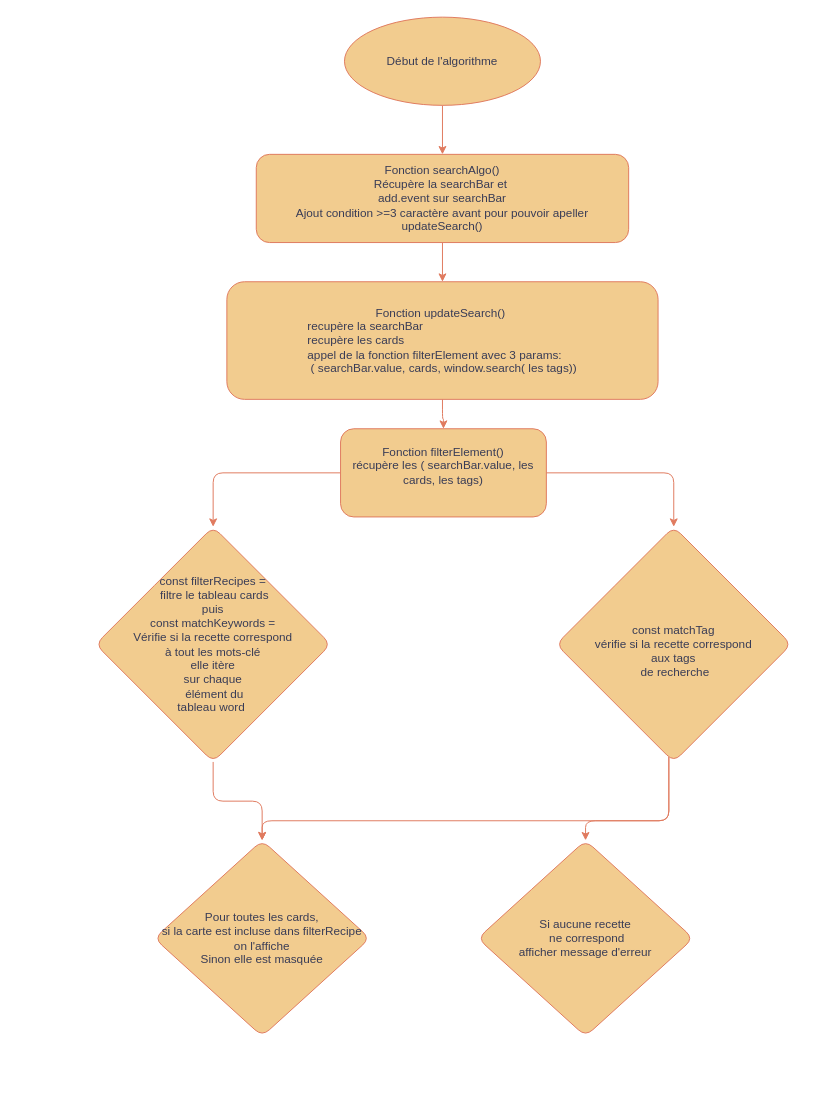
The draw.io diagram Algo de recherche n°2.drawio in abaddon101/Projet---Les-Petits-Plats, before the edit. Source tidied: cells renumbered, new cells numbered last; positions are measured from the earlier drawing's top-left corner, leaving out a move shared by most shapes. Both pictures are drawn from the tidied source at 98%, with x=0, y=0 at pixel (95, 17).
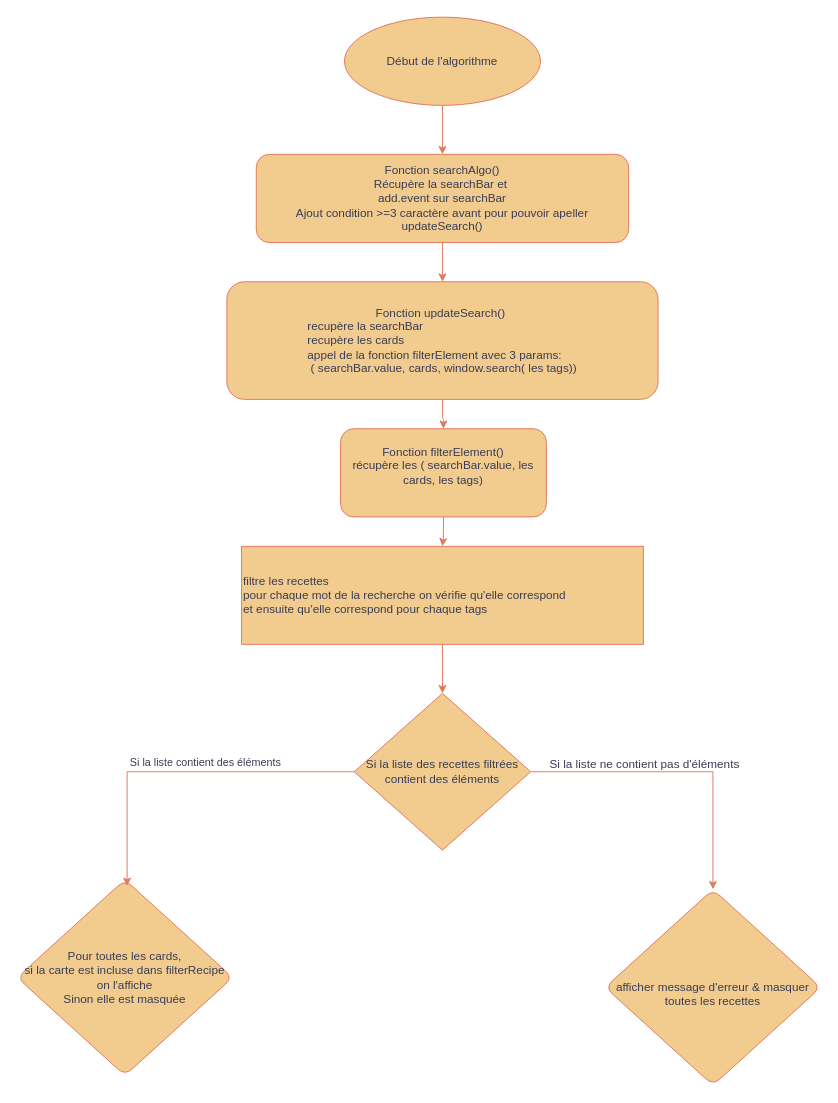
The same diagram, later.

Commit message:
Mettre à jour Algo de recherche n°2.drawio

Unchanged cells that the change refers to:
```xml
<mxCell id="10" value="Fonction filterElement()&lt;br&gt;récupère les ( searchBar.value,&amp;nbsp;les cards,&amp;nbsp;les tags)&lt;br&gt;&lt;br&gt;" style="rounded=1;whiteSpace=wrap;html=1;labelBackgroundColor=none;fillColor=#F2CC8F;strokeColor=#E07A5F;fontColor=#393C56;" parent="1" vertex="1">
  <mxGeometry x="250" y="420" width="210" height="90" as="geometry" />
</mxCell>
```

Diff of the diagram source:
```diff
@@
-    <mxCell id="8" style="edgeStyle=orthogonalEdgeStyle;rounded=1;jettySize=auto;html=1;entryX=0.5;entryY=0;entryDx=0;entryDy=0;strokeColor=#E07A5F;fontColor=default;fillColor=#F2CC8F;labelBackgroundColor=none;" parent="1" edge="1" source="10" target="12">
-      <mxGeometry relative="1" as="geometry" />
+    <mxCell id="8" style="edgeStyle=orthogonalEdgeStyle;rounded=1;jettySize=auto;html=1;entryX=0.5;entryY=0;entryDx=0;entryDy=0;strokeColor=#E07A5F;fontColor=default;fillColor=#F2CC8F;labelBackgroundColor=none;" parent="1" edge="1" source="10">
+      <mxGeometry relative="1" as="geometry">
+        <mxPoint x="354" y="540" as="targetPoint" />
+      </mxGeometry>
     </mxCell>
-    <mxCell id="9" style="edgeStyle=orthogonalEdgeStyle;rounded=1;jettySize=auto;html=1;entryX=0.5;entryY=0;entryDx=0;entryDy=0;strokeColor=#E07A5F;fontColor=default;fillColor=#F2CC8F;labelBackgroundColor=none;" parent="1" edge="1" source="10" target="15">
-      <mxGeometry relative="1" as="geometry" />
-    </mxCell>
@@
-    <mxCell id="11" style="edgeStyle=orthogonalEdgeStyle;rounded=1;jettySize=auto;html=1;entryX=0.5;entryY=0;entryDx=0;entryDy=0;strokeColor=#E07A5F;fontColor=default;fillColor=#F2CC8F;labelBackgroundColor=none;" parent="1" edge="1" source="12" target="16">
-      <mxGeometry relative="1" as="geometry" />
-    </mxCell>
-    <mxCell id="12" value="const filterRecipes =&lt;br&gt;&amp;nbsp;filtre le tableau cards &lt;br&gt;puis&lt;br style=&quot;border-color: var(--border-color);&quot;&gt;const matchKeywords = &lt;br&gt;Vérifie si la recette correspond&lt;br&gt;&amp;nbsp;à tout les mots-clé&amp;nbsp;&lt;br style=&quot;border-color: var(--border-color);&quot;&gt;elle itère &lt;br&gt;sur chaque&lt;br&gt;&amp;nbsp;élément du &lt;br&gt;tableau word&amp;nbsp;" style="rhombus;whiteSpace=wrap;html=1;fillColor=#F2CC8F;strokeColor=#E07A5F;fontColor=#393C56;rounded=1;labelBackgroundColor=none;" parent="1" vertex="1">
-      <mxGeometry y="520" width="240" height="240" as="geometry" />
-    </mxCell>
-    <mxCell id="13" style="edgeStyle=orthogonalEdgeStyle;rounded=1;jettySize=auto;html=1;strokeColor=#E07A5F;fontColor=default;fillColor=#F2CC8F;labelBackgroundColor=none;" parent="1" edge="1" source="15" target="16">
-      <mxGeometry relative="1" as="geometry">
-        <Array as="points">
-          <mxPoint x="585" y="820" />
-          <mxPoint x="170" y="820" />
-        </Array>
-      </mxGeometry>
-    </mxCell>
-    <mxCell id="14" style="edgeStyle=orthogonalEdgeStyle;rounded=1;jettySize=auto;html=1;entryX=0.5;entryY=0;entryDx=0;entryDy=0;strokeColor=#E07A5F;fontColor=default;fillColor=#F2CC8F;labelBackgroundColor=none;" parent="1" edge="1" source="15" target="17">
-      <mxGeometry relative="1" as="geometry">
-        <Array as="points">
-          <mxPoint x="585" y="820" />
-          <mxPoint x="500" y="820" />
-        </Array>
-      </mxGeometry>
-    </mxCell>
-    <mxCell id="15" value="&lt;br&gt;const matchTag &lt;br&gt;vérifie si la recette correspond &lt;br&gt;aux tags&lt;br&gt;&amp;nbsp;de recherche" style="rhombus;whiteSpace=wrap;html=1;fillColor=#F2CC8F;strokeColor=#E07A5F;fontColor=#393C56;rounded=1;labelBackgroundColor=none;" parent="1" vertex="1">
-      <mxGeometry x="470" y="520" width="240" height="240" as="geometry" />
-    </mxCell>
     <mxCell id="16" value="Pour toutes les cards,&lt;br&gt;si la carte est incluse dans filterRecipe&lt;br&gt;on l'affiche&lt;br&gt;Sinon elle est masquée" style="rhombus;whiteSpace=wrap;html=1;strokeColor=#E07A5F;fontColor=#393C56;fillColor=#F2CC8F;rounded=1;labelBackgroundColor=none;" parent="1" vertex="1">
-      <mxGeometry x="60" y="840" width="220" height="200" as="geometry" />
+      <mxGeometry x="-80" y="880" width="220" height="200" as="geometry" />
     </mxCell>
-    <mxCell id="17" value="Si aucune recette&lt;br&gt;&amp;nbsp;ne correspond&lt;br&gt;afficher message d'erreur" style="rhombus;whiteSpace=wrap;html=1;strokeColor=#E07A5F;fontColor=#393C56;fillColor=#F2CC8F;rounded=1;labelBackgroundColor=none;" parent="1" vertex="1">
-      <mxGeometry x="390" y="840" width="220" height="200" as="geometry" />
+    <mxCell id="17" value="&lt;br&gt;afficher message d'erreur &amp;amp; masquer toutes les recettes" style="rhombus;whiteSpace=wrap;html=1;strokeColor=#E07A5F;fontColor=#393C56;fillColor=#F2CC8F;rounded=1;labelBackgroundColor=none;" parent="1" vertex="1">
+      <mxGeometry x="520" y="890" width="220" height="200" as="geometry" />
     </mxCell>
+    <mxCell id="18" style="edgeStyle=orthogonalEdgeStyle;rounded=0;jettySize=auto;html=1;entryX=0.5;entryY=0;entryDx=0;entryDy=0;strokeColor=#E07A5F;fontColor=#393C56;fillColor=#F2CC8F;" parent="1" edge="1" source="19" target="23">
+      <mxGeometry relative="1" as="geometry" />
+    </mxCell>
+    <mxCell id="19" value="filtre les recettes&lt;br&gt;pour chaque mot de la recherche on vérifie qu'elle correspond&amp;nbsp;&lt;br&gt;et ensuite qu'elle correspond pour chaque tags&amp;nbsp;" style="rounded=0;whiteSpace=wrap;html=1;strokeColor=#E07A5F;fontColor=#393C56;fillColor=#F2CC8F;align=left;" parent="1" vertex="1">
+      <mxGeometry x="149" y="540" width="410" height="100" as="geometry" />
+    </mxCell>
+    <mxCell id="20" style="edgeStyle=orthogonalEdgeStyle;rounded=0;jettySize=auto;html=1;entryX=0.51;entryY=0.033;entryDx=0;entryDy=0;entryPerimeter=0;strokeColor=#E07A5F;fontColor=#393C56;fillColor=#F2CC8F;" parent="1" edge="1" source="23" target="16">
+      <mxGeometry relative="1" as="geometry" />
+    </mxCell>
+    <mxCell id="21" value="Si la liste contient des éléments" style="edgeLabel;html=1;align=center;verticalAlign=middle;fontColor=#393C56;" parent="20" vertex="1">
+      <mxGeometry x="0.1" y="2" relative="1" as="geometry">
+        <mxPoint x="39" y="-12" as="offset" />
+      </mxGeometry>
+    </mxCell>
+    <mxCell id="22" style="edgeStyle=orthogonalEdgeStyle;rounded=0;jettySize=auto;html=1;strokeColor=#E07A5F;fontColor=#393C56;fillColor=#F2CC8F;" parent="1" edge="1" source="23" target="17">
+      <mxGeometry relative="1" as="geometry" />
+    </mxCell>
+    <mxCell id="23" value="Si la liste des recettes filtrées&lt;br&gt;contient des éléments" style="rhombus;whiteSpace=wrap;html=1;strokeColor=#E07A5F;fontColor=#393C56;fillColor=#F2CC8F;" parent="1" vertex="1">
+      <mxGeometry x="264" y="690" width="180" height="160" as="geometry" />
+    </mxCell>
+    <mxCell id="24" value="Si la liste ne contient pas d'éléments" style="text;html=1;align=center;verticalAlign=middle;strokeColor=none;fillColor=none;fontColor=#393C56;" parent="1" vertex="1">
+      <mxGeometry x="450" y="748" width="220" height="30" as="geometry" />
+    </mxCell>
```
